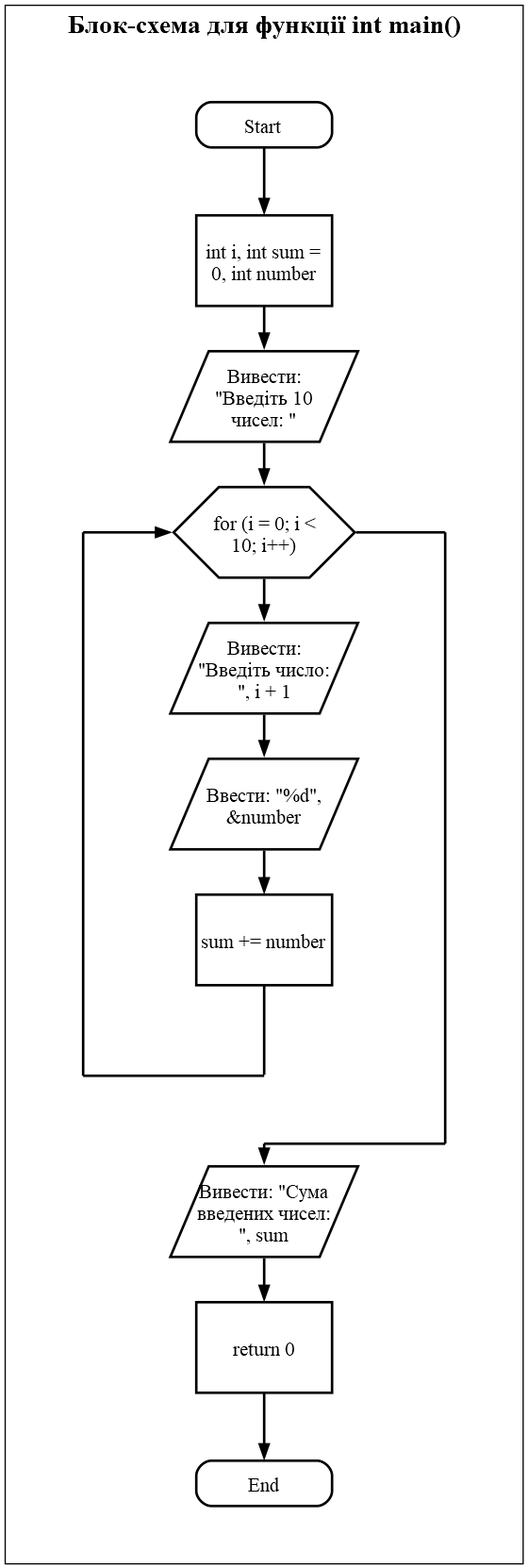
This is temp/flowchart.png from Andrii-Shchurko/PythonCflowchart, a Graphviz export, as it was before one commit. Its source is kept beside it as temp/flowchart.dot.
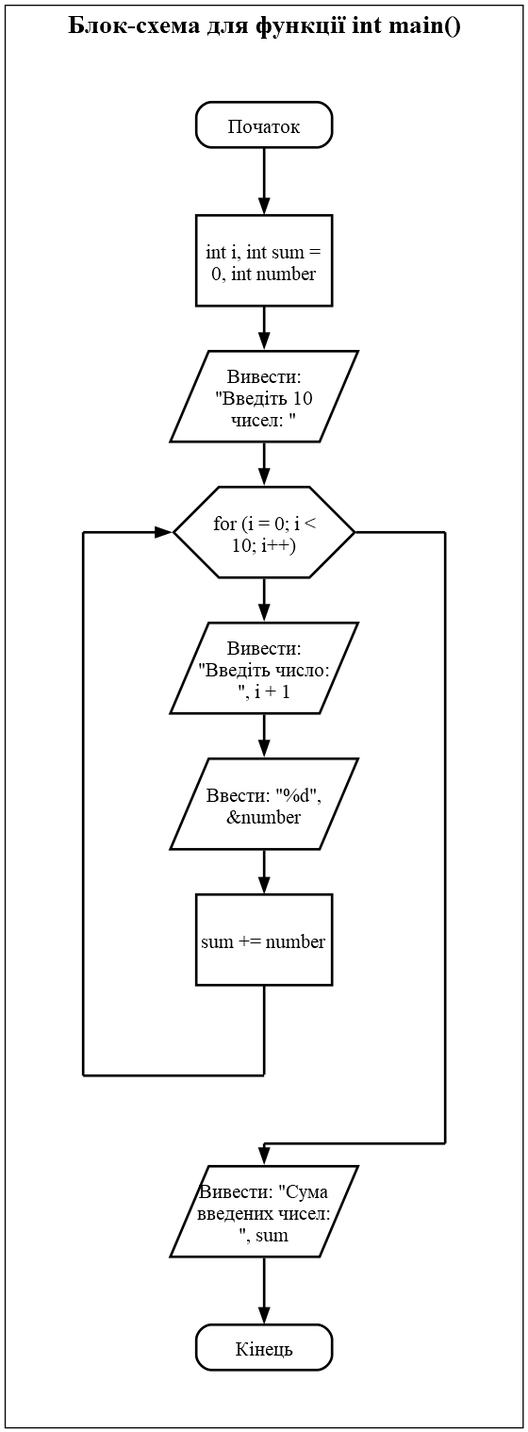
After the commit.

Diff of the diagram source:
```diff
@@ -3,7 +3,7 @@
 	subgraph cluster_main {
 		fontsize=20 label=< <B>Áëîê-ñõåìà äëÿ ôóíêö³¿ int&nbsp;main()</B> > labelloc=t margin=45
 		overlap=true
-		node0 [label=Start fixedsize=true fontsize=16 height=0.5 penwidth=2 pin=true pos="12,0!" shape=Mrecord width=1.5]
+		node0 [label="Ïî÷àòîê" fixedsize=true fontsize=16 height=0.5 penwidth=2 pin=true pos="12,0!" shape=Mrecord width=1.5]
 		node1 [label="int i, int sum =\n0, int number" fixedsize=true fontsize=16 height=1.0 penwidth=2 pin=true pos="12,-1.5!" shape=rectangle width=1.5]
 		node0:s -> node1:n [arrowhead=normal fontsize=16 penwidth=2]
 		node2 [label="Âèâåñòè:\n\"Ââåä³òü 10\n÷èñåë: \"" fixedsize=true fontsize=16 height=1.0 penwidth=2 pin=true pos="12,-3.0!" shape=parallelogram width=2.0]
@@ -31,9 +31,7 @@
 		node12:w -> node11:e [arrowhead=none fontsize=16 penwidth=2]
 		node13 [label="Âèâåñòè: \"Ñóìà\nââåäåíèõ ÷èñåë:\n\", sum" fixedsize=true fontsize=16 height=1.0 penwidth=2 pin=true pos="12,-12.0!" shape=parallelogram width=2.0]
 		node11:s -> node13:n [arrowhead=normal fontsize=16 penwidth=2]
-		node14 [label="return 0" fixedsize=true fontsize=16 height=1.0 penwidth=2 pin=true pos="12,-13.5!" shape=rectangle width=1.5]
+		node14 [label="Ê³íåöü" fixedsize=true fontsize=16 height=0.5 penwidth=2 pin=true pos="12,-13.5!" shape=Mrecord width=1.5]
 		node13:s -> node14:n [arrowhead=normal fontsize=16 penwidth=2]
-		node15 [label=End fixedsize=true fontsize=16 height=0.5 penwidth=2 pin=true pos="12,-15.0!" shape=Mrecord width=1.5]
-		node14:s -> node15:n [arrowhead=normal fontsize=16 penwidth=2]
 	}
 }
```
